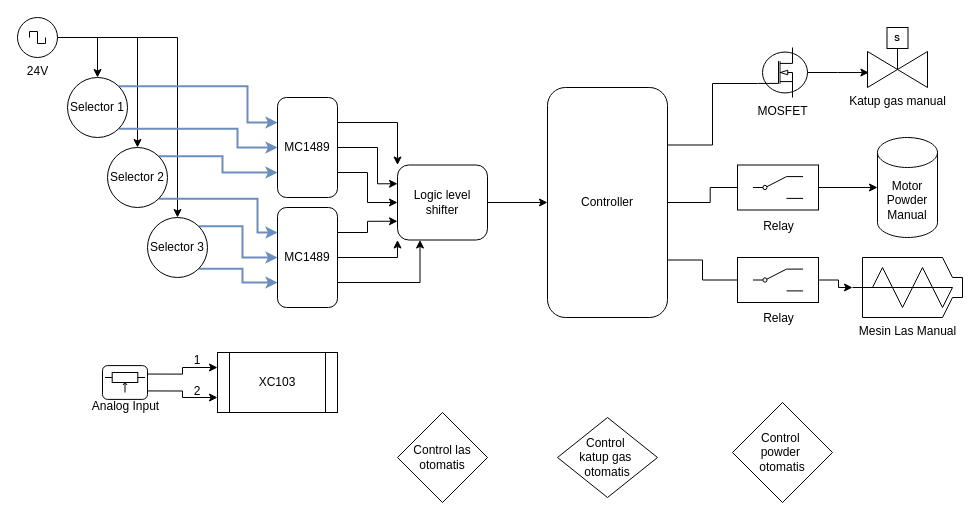
ilhamdestyo/draw.io keeps this draw.io diagram as Modul kontrol mensin las.drawio. Above is the earlier version. Source tidied: cells renumbered, new cells numbered last; positions are measured from the earlier drawing's top-left corner, leaving out a move shared by most shapes. Both pictures are drawn from the tidied source at 100%, with x=0, y=0 at pixel (17, 17).
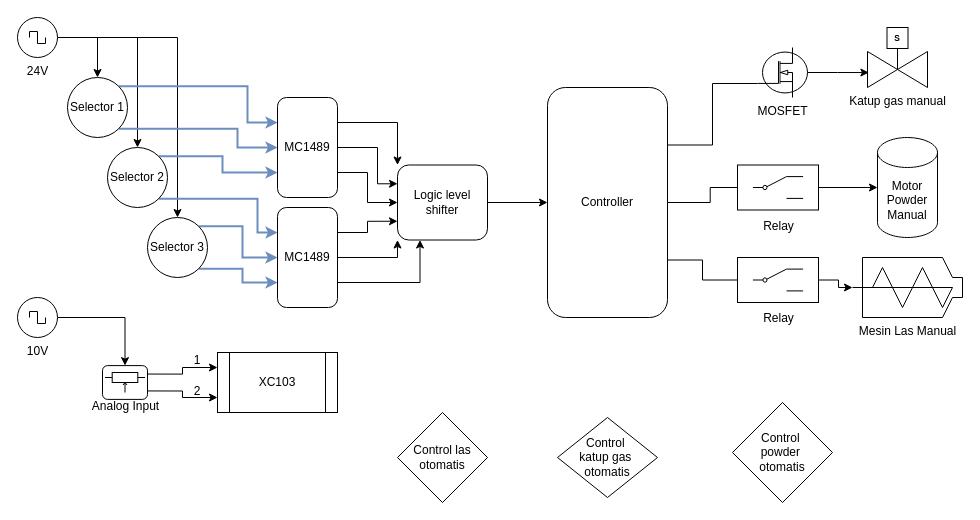
After the change.

Unchanged cells that the change refers to:
```xml
<mxCell id="51" style="rounded=1;whiteSpace=wrap;html=1;" parent="50" vertex="1">
  <mxGeometry width="45" height="33.8" as="geometry" />
</mxCell>
```

Change to the diagram source:
```diff
@@
+    <mxCell id="57" style="edgeStyle=orthogonalEdgeStyle;rounded=0;jettySize=auto;html=1;entryX=0.5;entryY=0;entryDx=0;entryDy=0;" parent="1" edge="1" source="58" target="51">
+      <mxGeometry relative="1" as="geometry" />
+    </mxCell>
+    <mxCell id="58" value="&lt;div&gt;10V&lt;/div&gt;" style="verticalLabelPosition=bottom;shadow=0;dashed=0;align=center;html=1;verticalAlign=top;shape=mxgraph.electrical.signal_sources.source;points=[[0.5,0,0],[1,0.5,0],[0.5,1,0],[0,0.5,0]];elSignalType=square;" parent="1" vertex="1">
+      <mxGeometry y="280" width="40" height="40" as="geometry" />
+    </mxCell>
```
